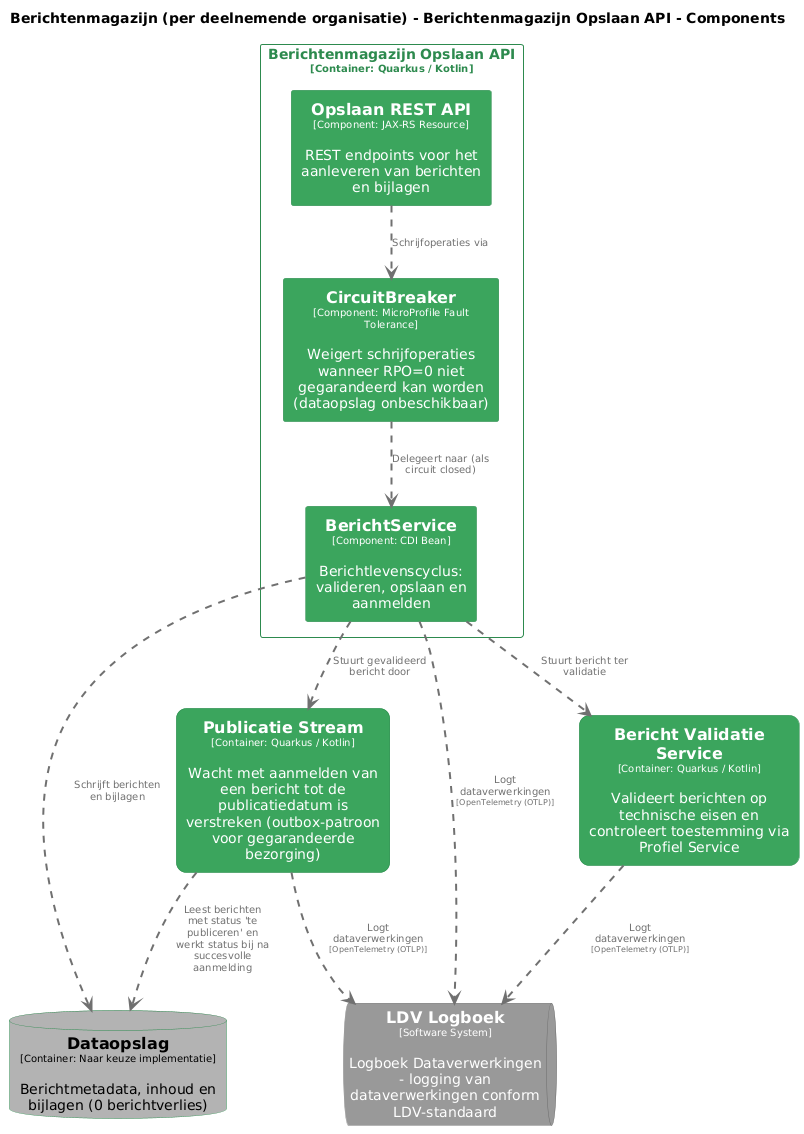
The PlantUML diagram pr-preview/pr-22/master/png/OpslaanAPIComponenten.png in MinBZK/moza-poc-fbs-berichtenbox, before a commit.
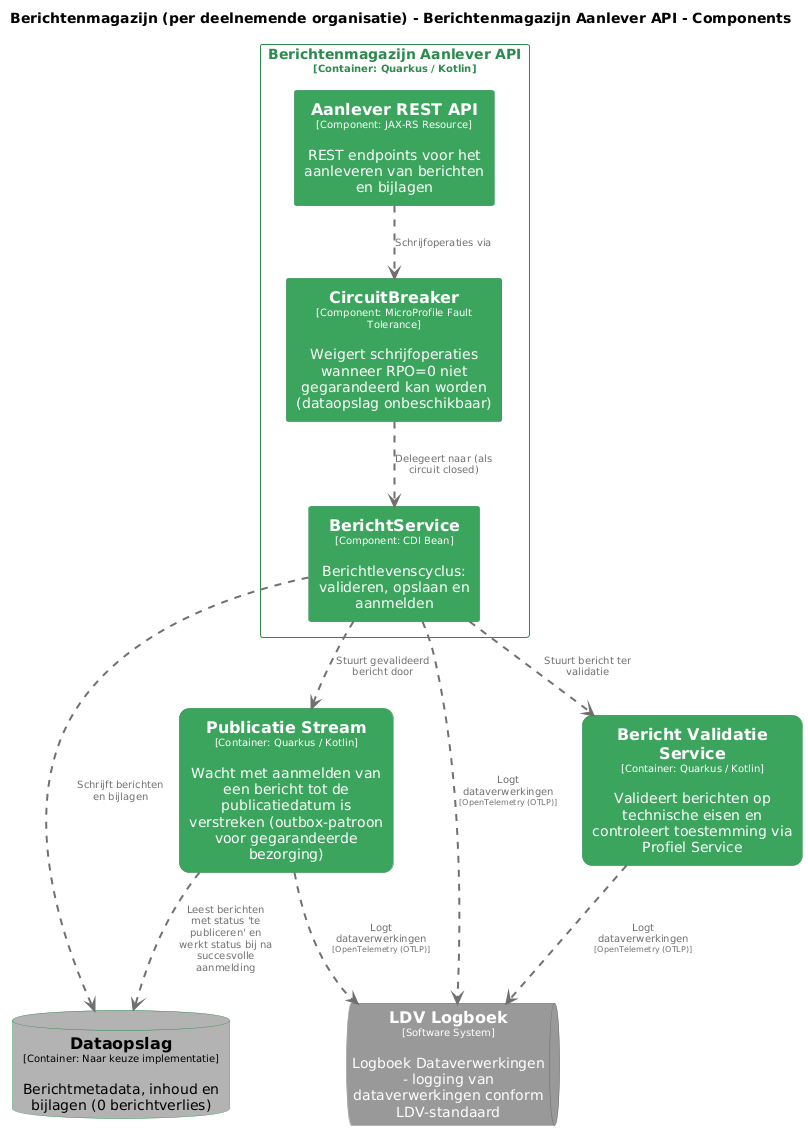
The same diagram one commit later.

Change to the diagram source:
```diff
@@ -1,6 +1,6 @@
 @startuml
 set separator none
-title Berichtenmagazijn (per deelnemende organisatie) - Berichtenmagazijn Opslaan API - Components
+title Berichtenmagazijn (per deelnemende organisatie) - Berichtenmagazijn Aanlever API - Components
 
 top to bottom direction
 skinparam ranksep 60
@@ -15,6 +15,12 @@
 
 hide stereotype
 
+skinparam rectangle<<Berichtenmagazijnperdeelnemendeorganisatie.BerichtenmagazijnAanleverAPI.AanleverRESTAPI>> {
+  BackgroundColor #3ba55d
+  FontColor #ffffff
+  BorderColor #2d8a4e
+  shadowing false
+}
 skinparam rectangle<<Berichtenmagazijnperdeelnemendeorganisatie.BerichtValidatieService>> {
   BackgroundColor #3ba55d
   FontColor #ffffff
@@ -22,13 +28,13 @@
   roundCorner 20
   shadowing false
 }
-skinparam rectangle<<Berichtenmagazijnperdeelnemendeorganisatie.BerichtenmagazijnOpslaanAPI.BerichtService>> {
+skinparam rectangle<<Berichtenmagazijnperdeelnemendeorganisatie.BerichtenmagazijnAanleverAPI.BerichtService>> {
   BackgroundColor #3ba55d
   FontColor #ffffff
   BorderColor #2d8a4e
   shadowing false
 }
-skinparam rectangle<<Berichtenmagazijnperdeelnemendeorganisatie.BerichtenmagazijnOpslaanAPI.CircuitBreaker>> {
+skinparam rectangle<<Berichtenmagazijnperdeelnemendeorganisatie.BerichtenmagazijnAanleverAPI.CircuitBreaker>> {
   BackgroundColor #3ba55d
   FontColor #ffffff
   BorderColor #2d8a4e
@@ -46,12 +52,6 @@
   BorderColor #6b6b6b
   shadowing false
 }
-skinparam rectangle<<Berichtenmagazijnperdeelnemendeorganisatie.BerichtenmagazijnOpslaanAPI.OpslaanRESTAPI>> {
-  BackgroundColor #3ba55d
-  FontColor #ffffff
-  BorderColor #2d8a4e
-  shadowing false
-}
 skinparam rectangle<<Berichtenmagazijnperdeelnemendeorganisatie.PublicatieStream>> {
   BackgroundColor #3ba55d
   FontColor #ffffff
@@ -59,7 +59,7 @@
   roundCorner 20
   shadowing false
 }
-skinparam rectangle<<Berichtenmagazijnperdeelnemendeorganisatie.BerichtenmagazijnOpslaanAPI>> {
+skinparam rectangle<<Berichtenmagazijnperdeelnemendeorganisatie.BerichtenmagazijnAanleverAPI>> {
   BorderColor #2d8a4e
   FontColor #2d8a4e
   shadowing false
@@ -70,19 +70,19 @@
 rectangle "==Publicatie Stream\n<size:10>[Container: Quarkus / Kotlin]</size>\n\nWacht met aanmelden van een bericht tot de publicatiedatum is verstreken (outbox-patroon voor gegarandeerde bezorging)" <<Berichtenmagazijnperdeelnemendeorganisatie.PublicatieStream>> as Berichtenmagazijnperdeelnemendeorganisatie.PublicatieStream
 queue "==LDV Logboek\n<size:10>[Software System]</size>\n\nLogboek Dataverwerkingen - logging van dataverwerkingen conform LDV-standaard" <<LDVLogboek>> as LDVLogboek
 
-rectangle "Berichtenmagazijn Opslaan API\n<size:10>[Container: Quarkus / Kotlin]</size>" <<Berichtenmagazijnperdeelnemendeorganisatie.BerichtenmagazijnOpslaanAPI>> {
-  rectangle "==Opslaan REST API\n<size:10>[Component: JAX-RS Resource]</size>\n\nREST endpoints voor het aanleveren van berichten en bijlagen" <<Berichtenmagazijnperdeelnemendeorganisatie.BerichtenmagazijnOpslaanAPI.OpslaanRESTAPI>> as Berichtenmagazijnperdeelnemendeorganisatie.BerichtenmagazijnOpslaanAPI.OpslaanRESTAPI
-  rectangle "==CircuitBreaker\n<size:10>[Component: MicroProfile Fault Tolerance]</size>\n\nWeigert schrijfoperaties wanneer RPO=0 niet gegarandeerd kan worden (dataopslag onbeschikbaar)" <<Berichtenmagazijnperdeelnemendeorganisatie.BerichtenmagazijnOpslaanAPI.CircuitBreaker>> as Berichtenmagazijnperdeelnemendeorganisatie.BerichtenmagazijnOpslaanAPI.CircuitBreaker
-  rectangle "==BerichtService\n<size:10>[Component: CDI Bean]</size>\n\nBerichtlevenscyclus: valideren, opslaan en aanmelden" <<Berichtenmagazijnperdeelnemendeorganisatie.BerichtenmagazijnOpslaanAPI.BerichtService>> as Berichtenmagazijnperdeelnemendeorganisatie.BerichtenmagazijnOpslaanAPI.BerichtService
+rectangle "Berichtenmagazijn Aanlever API\n<size:10>[Container: Quarkus / Kotlin]</size>" <<Berichtenmagazijnperdeelnemendeorganisatie.BerichtenmagazijnAanleverAPI>> {
+  rectangle "==Aanlever REST API\n<size:10>[Component: JAX-RS Resource]</size>\n\nREST endpoints voor het aanleveren van berichten en bijlagen" <<Berichtenmagazijnperdeelnemendeorganisatie.BerichtenmagazijnAanleverAPI.AanleverRESTAPI>> as Berichtenmagazijnperdeelnemendeorganisatie.BerichtenmagazijnAanleverAPI.AanleverRESTAPI
+  rectangle "==CircuitBreaker\n<size:10>[Component: MicroProfile Fault Tolerance]</size>\n\nWeigert schrijfoperaties wanneer RPO=0 niet gegarandeerd kan worden (dataopslag onbeschikbaar)" <<Berichtenmagazijnperdeelnemendeorganisatie.BerichtenmagazijnAanleverAPI.CircuitBreaker>> as Berichtenmagazijnperdeelnemendeorganisatie.BerichtenmagazijnAanleverAPI.CircuitBreaker
+  rectangle "==BerichtService\n<size:10>[Component: CDI Bean]</size>\n\nBerichtlevenscyclus: valideren, opslaan en aanmelden" <<Berichtenmagazijnperdeelnemendeorganisatie.BerichtenmagazijnAanleverAPI.BerichtService>> as Berichtenmagazijnperdeelnemendeorganisatie.BerichtenmagazijnAanleverAPI.BerichtService
 }
 
-Berichtenmagazijnperdeelnemendeorganisatie.BerichtenmagazijnOpslaanAPI.BerichtService .[#707070,thickness=2].> LDVLogboek : "<color:#707070>Logt dataverwerkingen\n<color:#707070><size:8>[OpenTelemetry (OTLP)]</size>"
+Berichtenmagazijnperdeelnemendeorganisatie.BerichtenmagazijnAanleverAPI.BerichtService .[#707070,thickness=2].> LDVLogboek : "<color:#707070>Logt dataverwerkingen\n<color:#707070><size:8>[OpenTelemetry (OTLP)]</size>"
 Berichtenmagazijnperdeelnemendeorganisatie.BerichtValidatieService .[#707070,thickness=2].> LDVLogboek : "<color:#707070>Logt dataverwerkingen\n<color:#707070><size:8>[OpenTelemetry (OTLP)]</size>"
 Berichtenmagazijnperdeelnemendeorganisatie.PublicatieStream .[#707070,thickness=2].> LDVLogboek : "<color:#707070>Logt dataverwerkingen\n<color:#707070><size:8>[OpenTelemetry (OTLP)]</size>"
-Berichtenmagazijnperdeelnemendeorganisatie.BerichtenmagazijnOpslaanAPI.OpslaanRESTAPI .[#707070,thickness=2].> Berichtenmagazijnperdeelnemendeorganisatie.BerichtenmagazijnOpslaanAPI.CircuitBreaker : "<color:#707070>Schrijfoperaties via"
-Berichtenmagazijnperdeelnemendeorganisatie.BerichtenmagazijnOpslaanAPI.CircuitBreaker .[#707070,thickness=2].> Berichtenmagazijnperdeelnemendeorganisatie.BerichtenmagazijnOpslaanAPI.BerichtService : "<color:#707070>Delegeert naar (als circuit closed)"
-Berichtenmagazijnperdeelnemendeorganisatie.BerichtenmagazijnOpslaanAPI.BerichtService .[#707070,thickness=2].> Berichtenmagazijnperdeelnemendeorganisatie.Dataopslag : "<color:#707070>Schrijft berichten en bijlagen"
-Berichtenmagazijnperdeelnemendeorganisatie.BerichtenmagazijnOpslaanAPI.BerichtService .[#707070,thickness=2].> Berichtenmagazijnperdeelnemendeorganisatie.BerichtValidatieService : "<color:#707070>Stuurt bericht ter validatie"
-Berichtenmagazijnperdeelnemendeorganisatie.BerichtenmagazijnOpslaanAPI.BerichtService .[#707070,thickness=2].> Berichtenmagazijnperdeelnemendeorganisatie.PublicatieStream : "<color:#707070>Stuurt gevalideerd bericht door"
+Berichtenmagazijnperdeelnemendeorganisatie.BerichtenmagazijnAanleverAPI.AanleverRESTAPI .[#707070,thickness=2].> Berichtenmagazijnperdeelnemendeorganisatie.BerichtenmagazijnAanleverAPI.CircuitBreaker : "<color:#707070>Schrijfoperaties via"
+Berichtenmagazijnperdeelnemendeorganisatie.BerichtenmagazijnAanleverAPI.CircuitBreaker .[#707070,thickness=2].> Berichtenmagazijnperdeelnemendeorganisatie.BerichtenmagazijnAanleverAPI.BerichtService : "<color:#707070>Delegeert naar (als circuit closed)"
+Berichtenmagazijnperdeelnemendeorganisatie.BerichtenmagazijnAanleverAPI.BerichtService .[#707070,thickness=2].> Berichtenmagazijnperdeelnemendeorganisatie.Dataopslag : "<color:#707070>Schrijft berichten en bijlagen"
+Berichtenmagazijnperdeelnemendeorganisatie.BerichtenmagazijnAanleverAPI.BerichtService .[#707070,thickness=2].> Berichtenmagazijnperdeelnemendeorganisatie.BerichtValidatieService : "<color:#707070>Stuurt bericht ter validatie"
+Berichtenmagazijnperdeelnemendeorganisatie.BerichtenmagazijnAanleverAPI.BerichtService .[#707070,thickness=2].> Berichtenmagazijnperdeelnemendeorganisatie.PublicatieStream : "<color:#707070>Stuurt gevalideerd bericht door"
 Berichtenmagazijnperdeelnemendeorganisatie.PublicatieStream .[#707070,thickness=2].> Berichtenmagazijnperdeelnemendeorganisatie.Dataopslag : "<color:#707070>Leest berichten met status 'te publiceren' en werkt status bij na succesvolle aanmelding"
 @enduml
```
